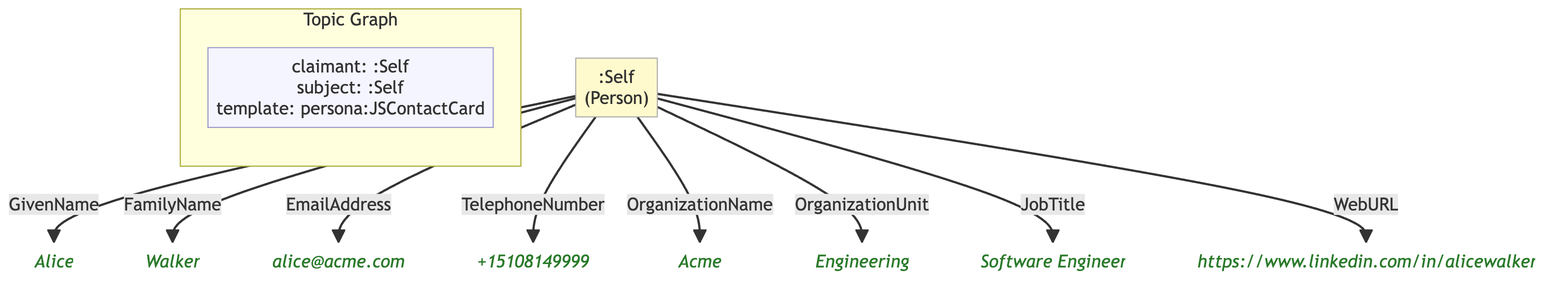
The Mermaid diagram example/graphs/images/graph-10.png in MeeFoundation/mia-ontologies, before a commit. Its source is kept beside it as example/graphs/images/graph-10.mmd.
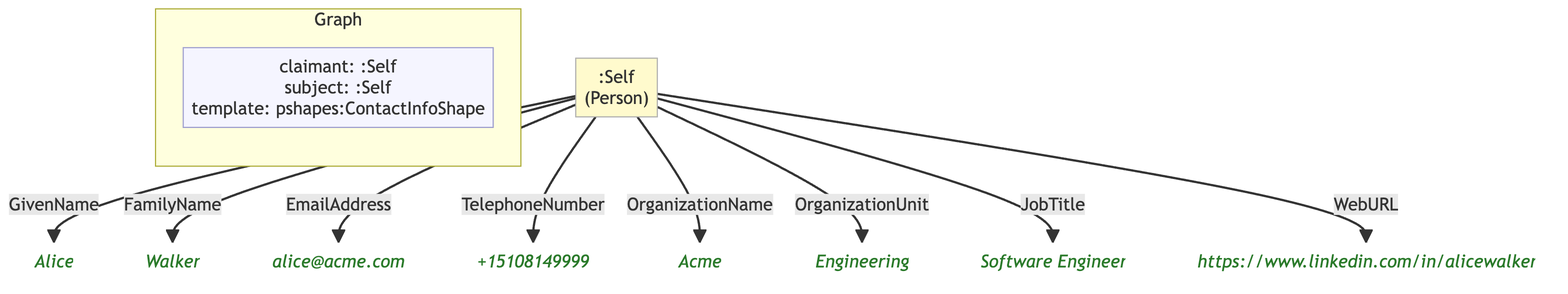
The same diagram one commit later.

Diff of the diagram source:
```diff
@@ -1,30 +1,29 @@
 flowchart TD
     classDef person fill:#fffacd,stroke:#aaa,color:#333
-    classDef grp    fill:#d4edda,stroke:#aaa,color:#333
     classDef org    fill:#cce5ff,stroke:#aaa,color:#333
     classDef lit    fill:none,stroke:none,font-style:italic,color:#2a7a2a
     classDef meta   fill:#f5f5ff,stroke:#9999cc,color:#333
 
-    subgraph ctx["Topic Graph"]
+    subgraph ctx["Graph"]
         direction LR
-        ctx_meta["claimant: :Self\nsubject: :Self\ntemplate: persona:JSContactCard"]:::meta
+        ctx_meta["claimant: :Self\nsubject: :Self\ntemplate: pshapes:ContactInfoShape"]:::meta
     end
 
     ne0c3ba92f1db[":Self\n(Person)"]:::person
-    n9875ee9f9bfe("Alice"):::lit
-    n13a0e0741314("Walker"):::lit
-    nd4903f0d3c47("alice@acme.com"):::lit
-    n2a1c264e5432("+15108149999"):::lit
-    n12b5c9c0e210("Acme"):::lit
-    nf9ddf72fb8eb("Engineering"):::lit
-    nf47773635bca("Software Engineer"):::lit
-    n6f51fe59be24("https://www.linkedin.com/in/alicewalker"):::lit
+    n82d6b9fb70d9("Alice"):::lit
+    n36e684d0931b("Walker"):::lit
+    n9e91f1b8c1a5("alice@acme.com"):::lit
+    n21fa3551c0df("+15108149999"):::lit
+    n1daf08e320d2("Acme"):::lit
+    n304ff944eaa8("Engineering"):::lit
+    n328055cec4e3("Software Engineer"):::lit
+    n7f4fb5652e58("https://www.linkedin.com/in/alicewalker"):::lit
 
-    ne0c3ba92f1db -->|"GivenName"| n9875ee9f9bfe
-    ne0c3ba92f1db -->|"FamilyName"| n13a0e0741314
-    ne0c3ba92f1db -->|"EmailAddress"| nd4903f0d3c47
-    ne0c3ba92f1db -->|"TelephoneNumber"| n2a1c264e5432
-    ne0c3ba92f1db -->|"OrganizationName"| n12b5c9c0e210
-    ne0c3ba92f1db -->|"OrganizationUnit"| nf9ddf72fb8eb
-    ne0c3ba92f1db -->|"JobTitle"| nf47773635bca
-    ne0c3ba92f1db -->|"WebURL"| n6f51fe59be24
+    ne0c3ba92f1db -->|"GivenName"| n82d6b9fb70d9
+    ne0c3ba92f1db -->|"FamilyName"| n36e684d0931b
+    ne0c3ba92f1db -->|"EmailAddress"| n9e91f1b8c1a5
+    ne0c3ba92f1db -->|"TelephoneNumber"| n21fa3551c0df
+    ne0c3ba92f1db -->|"OrganizationName"| n1daf08e320d2
+    ne0c3ba92f1db -->|"OrganizationUnit"| n304ff944eaa8
+    ne0c3ba92f1db -->|"JobTitle"| n328055cec4e3
+    ne0c3ba92f1db -->|"WebURL"| n7f4fb5652e58
```
